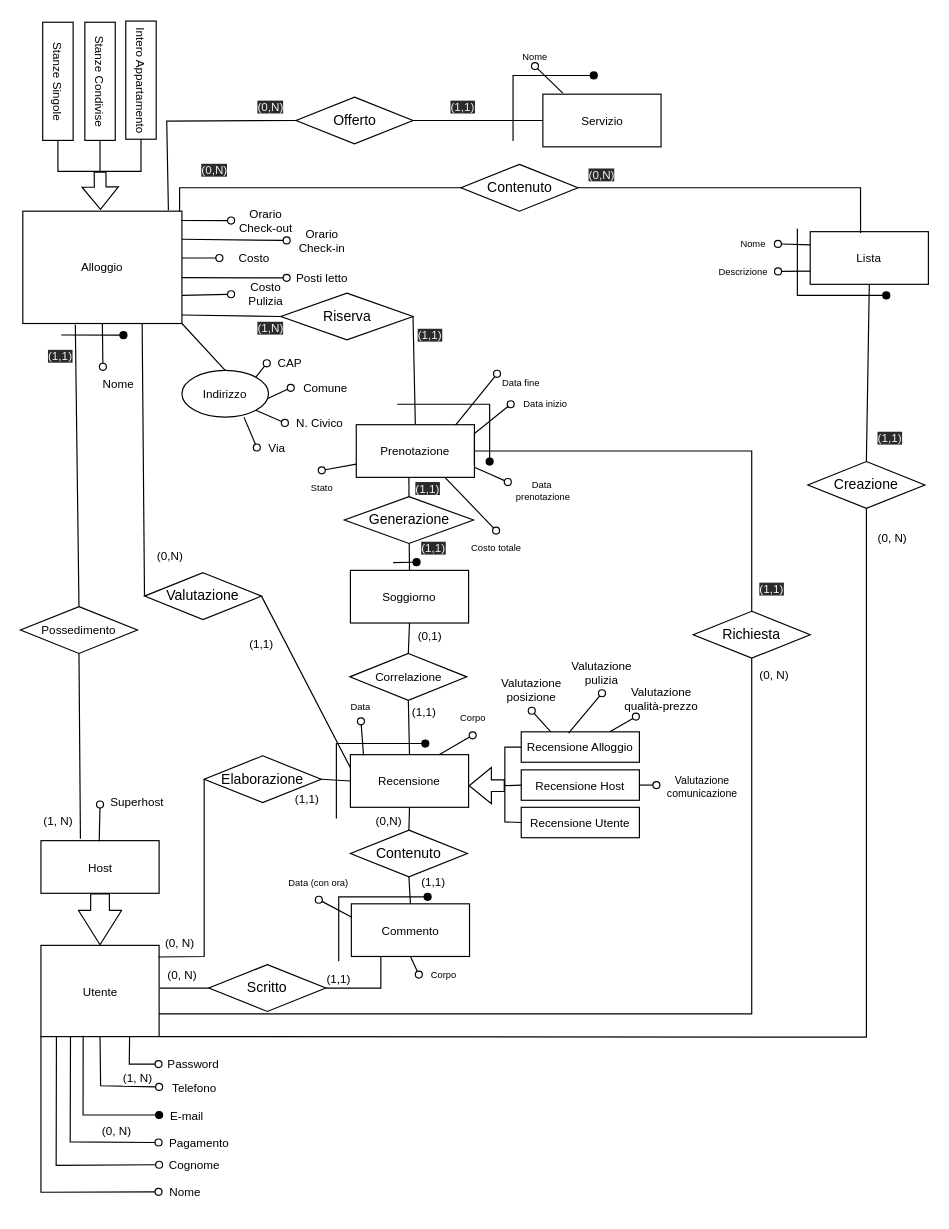
eduardz1/Home-Booking keeps this draw.io diagram as page "Page-3" (3 of 16) of ER.drawio. Above is the earlier version. Source tidied: cells renumbered, new cells numbered last; positions are measured from the earlier drawing's top-left corner, leaving out a move shared by most shapes. Both pictures are drawn from the tidied source at 117%, with x=0, y=0 at pixel (-2, 47).
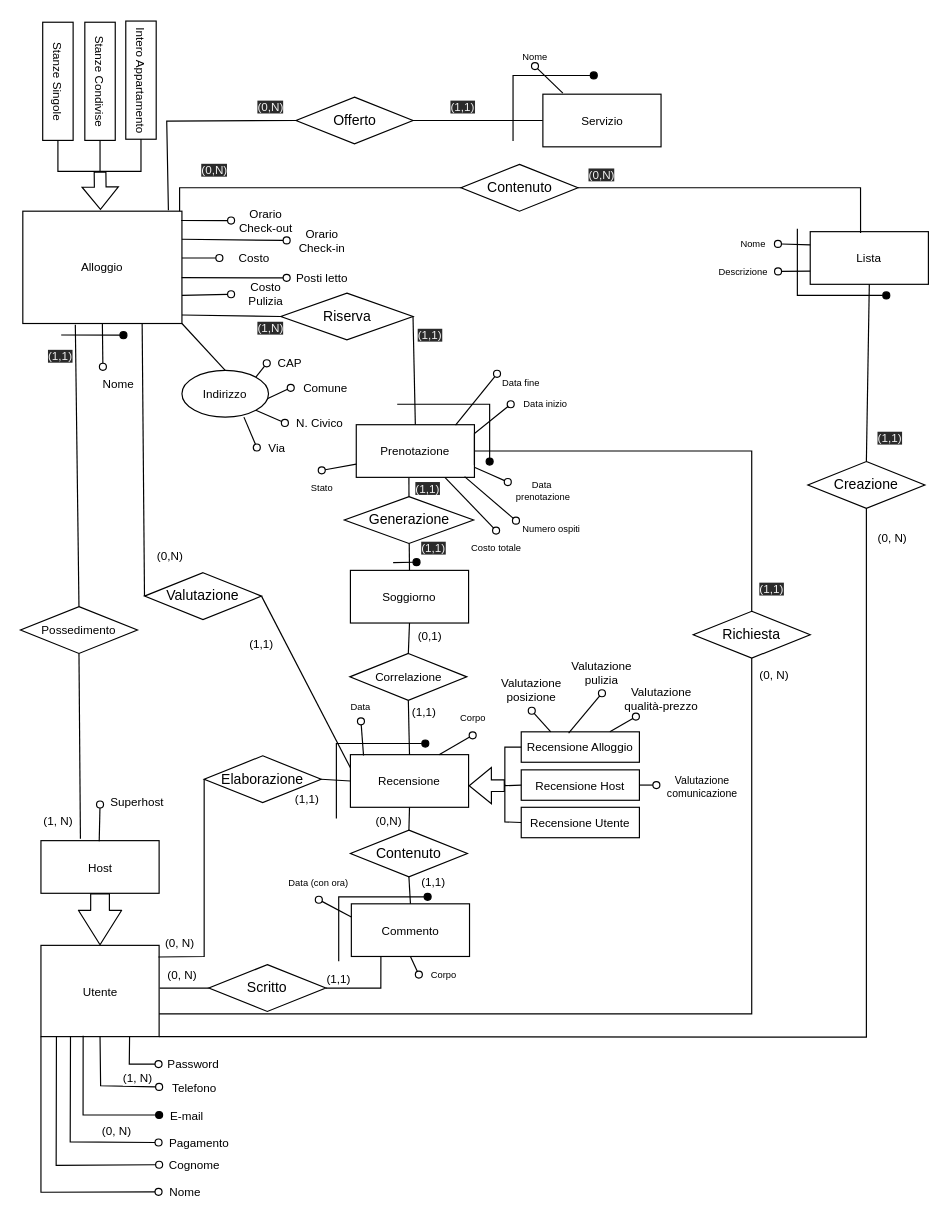
Above is the later version.

What changed in the source:
```diff
@@
+    <mxCell id="171" value="Numero ospiti" style="text;html=1;strokeColor=none;fillColor=none;align=center;verticalAlign=middle;whiteSpace=wrap;rounded=0;fontSize=8;" parent="1" vertex="1">
+      <mxGeometry x="442.5" y="397" width="60" height="30" as="geometry" />
+    </mxCell>
+    <mxCell id="172" style="endArrow=none;html=1;rounded=0;align=center;verticalAlign=top;endFill=0;labelBackgroundColor=none;endSize=6;startArrow=oval;startFill=0;fontSize=10;exitX=0;exitY=0.25;exitDx=0;exitDy=0;entryX=0.917;entryY=0.987;entryDx=0;entryDy=0;entryPerimeter=0;" parent="1" edge="1" source="171">
+      <mxGeometry relative="1" as="geometry">
+        <mxPoint x="398.6" y="366.9" as="targetPoint" />
+      </mxGeometry>
+    </mxCell>
```
